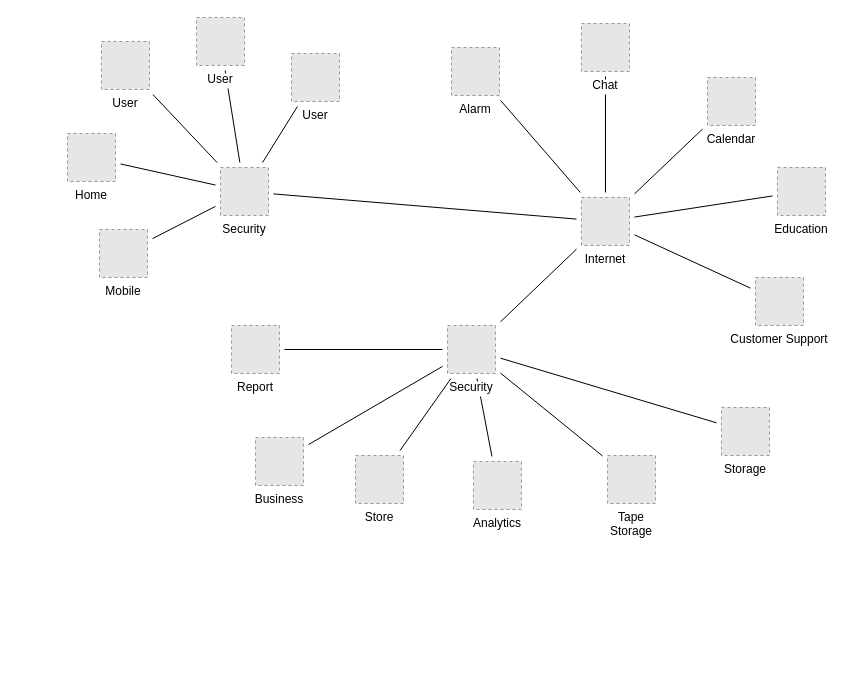
The draw.io diagram Untitled Diagram.drawio in zliden9/DevOpsStudents, before the edit. Source tidied: cells renumbered, new cells numbered last; positions are measured from the earlier drawing's top-left corner, leaving out a move shared by most shapes. Both pictures are drawn from the tidied source at 100%, with x=0, y=0 at pixel (67, 17). Pictures stored in the file or linked from it are replaced by grey dashed boxes.
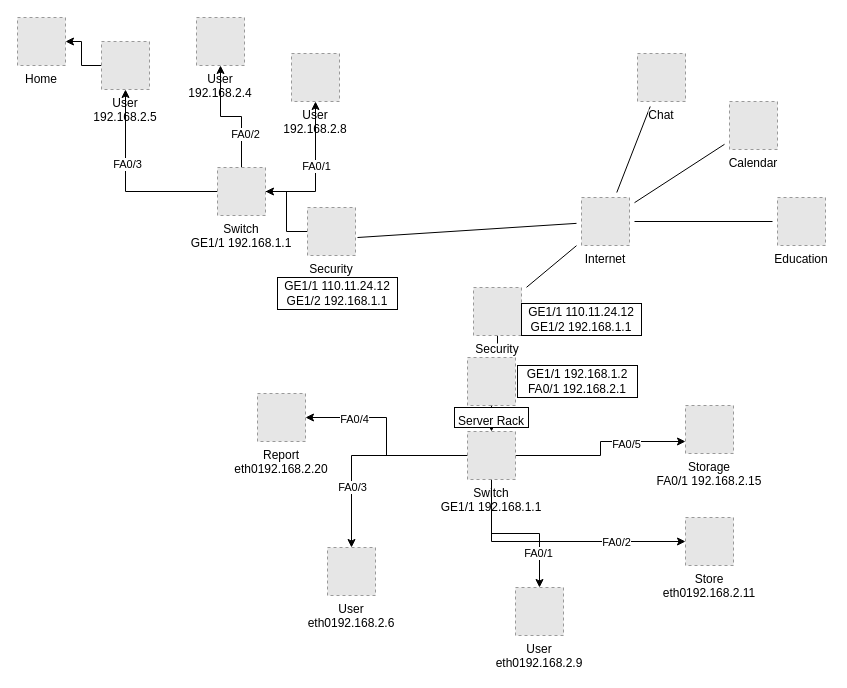
The same diagram, later.

The change refers to these unchanged cells:
```xml
<mxCell id="30" value="Internet" style="fillColor=#E6E6E6;strokeColor=#999999;dashed=1;verticalLabelPosition=bottom;verticalAlign=top;labelBackgroundColor=#ffffff;" parent="1" vertex="1">
  <mxGeometry x="514" y="180" width="48" height="48" as="geometry" />
</mxCell>
```

Diff of the diagram source:
```diff
@@
-    <mxCell id="2" style="edgeStyle=none;rounded=0;jettySize=auto;html=1;sourcePerimeterSpacing=5;endArrow=none;endFill=0;targetPerimeterSpacing=5;" parent="1" edge="1" source="21" target="31">
-      <mxGeometry relative="1" as="geometry" />
-    </mxCell>
-    <mxCell id="3" style="edgeStyle=none;rounded=0;jettySize=auto;html=1;sourcePerimeterSpacing=5;endArrow=none;endFill=0;targetPerimeterSpacing=5;" parent="1" edge="1" source="24" target="31">
-      <mxGeometry relative="1" as="geometry" />
-    </mxCell>
-    <mxCell id="4" style="edgeStyle=none;rounded=0;jettySize=auto;html=1;sourcePerimeterSpacing=5;endArrow=none;endFill=0;targetPerimeterSpacing=5;" parent="1" edge="1" source="30" target="26">
-      <mxGeometry relative="1" as="geometry" />
-    </mxCell>
@@
-    <mxCell id="8" style="edgeStyle=none;rounded=0;jettySize=auto;html=1;sourcePerimeterSpacing=5;endArrow=none;endFill=0;targetPerimeterSpacing=5;" parent="1" edge="1" source="30" target="23">
-      <mxGeometry relative="1" as="geometry" />
-    </mxCell>
@@
-    <mxCell id="10" style="edgeStyle=none;rounded=0;jettySize=auto;html=1;sourcePerimeterSpacing=5;endArrow=none;endFill=0;targetPerimeterSpacing=5;" parent="1" edge="1" source="31" target="30">
-      <mxGeometry relative="1" as="geometry" />
+    <mxCell id="10" style="edgeStyle=none;rounded=0;jettySize=auto;html=1;sourcePerimeterSpacing=5;endArrow=none;endFill=0;targetPerimeterSpacing=5;" parent="1" edge="1" target="30">
+      <mxGeometry relative="1" as="geometry">
+        <mxPoint x="290" y="220" as="sourcePoint" />
+      </mxGeometry>
     </mxCell>
-    <mxCell id="11" style="edgeStyle=none;rounded=0;jettySize=auto;html=1;sourcePerimeterSpacing=5;endArrow=none;endFill=0;targetPerimeterSpacing=5;" parent="1" edge="1" source="35" target="31">
-      <mxGeometry relative="1" as="geometry" />
-    </mxCell>
-    <mxCell id="12" style="rounded=0;jettySize=auto;html=1;endArrow=none;endFill=0;sourcePerimeterSpacing=5;targetPerimeterSpacing=5;" parent="1" edge="1" source="36" target="31">
-      <mxGeometry relative="1" as="geometry" />
-    </mxCell>
-    <mxCell id="13" style="edgeStyle=none;rounded=0;jettySize=auto;html=1;sourcePerimeterSpacing=5;endArrow=none;endFill=0;targetPerimeterSpacing=5;" parent="1" edge="1" source="37" target="31">
-      <mxGeometry relative="1" as="geometry" />
-    </mxCell>
-    <mxCell id="14" style="edgeStyle=none;rounded=0;jettySize=auto;html=1;sourcePerimeterSpacing=5;endArrow=none;endFill=0;targetPerimeterSpacing=5;" parent="1" edge="1" source="38" target="28">
-      <mxGeometry relative="1" as="geometry" />
-    </mxCell>
-    <mxCell id="15" style="edgeStyle=none;rounded=0;jettySize=auto;html=1;sourcePerimeterSpacing=5;endArrow=none;endFill=0;targetPerimeterSpacing=5;" parent="1" edge="1" source="38" target="27">
-      <mxGeometry relative="1" as="geometry" />
-    </mxCell>
-    <mxCell id="16" style="edgeStyle=none;rounded=0;jettySize=auto;html=1;sourcePerimeterSpacing=5;endArrow=none;endFill=0;targetPerimeterSpacing=5;" parent="1" edge="1" source="38" target="34">
-      <mxGeometry relative="1" as="geometry" />
-    </mxCell>
-    <mxCell id="17" style="edgeStyle=none;rounded=0;jettySize=auto;html=1;sourcePerimeterSpacing=5;endArrow=none;endFill=0;targetPerimeterSpacing=5;" parent="1" edge="1" source="38" target="33">
-      <mxGeometry relative="1" as="geometry" />
-    </mxCell>
-    <mxCell id="18" style="edgeStyle=none;rounded=0;jettySize=auto;html=1;sourcePerimeterSpacing=5;endArrow=none;endFill=0;targetPerimeterSpacing=5;" parent="1" edge="1" source="38" target="20">
-      <mxGeometry relative="1" as="geometry" />
-    </mxCell>
-    <mxCell id="19" style="edgeStyle=none;rounded=0;jettySize=auto;html=1;sourcePerimeterSpacing=5;endArrow=none;endFill=0;targetPerimeterSpacing=5;" parent="1" edge="1" source="38" target="29">
-      <mxGeometry relative="1" as="geometry" />
-    </mxCell>
-    <mxCell id="20" value="Tape&#10;Storage" style="fillColor=#E6E6E6;strokeColor=#999999;dashed=1;verticalLabelPosition=bottom;verticalAlign=top;labelBackgroundColor=#ffffff;" parent="1" vertex="1">
-      <mxGeometry x="540" y="438" width="48" height="48" as="geometry" />
-    </mxCell>
-    <mxCell id="21" value="Mobile" style="fillColor=#E6E6E6;strokeColor=#999999;dashed=1;verticalLabelPosition=bottom;verticalAlign=top;labelBackgroundColor=#ffffff;" parent="1" vertex="1">
-      <mxGeometry x="32" y="212" width="48" height="48" as="geometry" />
-    </mxCell>
     <mxCell id="22" value="Chat" style="fillColor=#E6E6E6;strokeColor=#999999;dashed=1;verticalLabelPosition=bottom;verticalAlign=top;labelBackgroundColor=#ffffff;" parent="1" vertex="1">
-      <mxGeometry x="514" y="6" width="48" height="48" as="geometry" />
+      <mxGeometry x="570" y="36" width="48" height="48" as="geometry" />
     </mxCell>
-    <mxCell id="23" value="Customer Support" style="fillColor=#E6E6E6;strokeColor=#999999;dashed=1;verticalLabelPosition=bottom;verticalAlign=top;labelBackgroundColor=#ffffff;" parent="1" vertex="1">
-      <mxGeometry x="688" y="260" width="48" height="48" as="geometry" />
-    </mxCell>
     <mxCell id="24" value="Home" style="fillColor=#E6E6E6;strokeColor=#999999;dashed=1;verticalLabelPosition=bottom;verticalAlign=top;labelBackgroundColor=#ffffff;" parent="1" vertex="1">
-      <mxGeometry y="116" width="48" height="48" as="geometry" />
+      <mxGeometry x="-50" width="48" height="48" as="geometry" />
     </mxCell>
     <mxCell id="25" value="Education" style="fillColor=#E6E6E6;strokeColor=#999999;dashed=1;verticalLabelPosition=bottom;verticalAlign=top;labelBackgroundColor=#ffffff;" parent="1" vertex="1">
-      <mxGeometry x="710" y="150" width="48" height="48" as="geometry" />
+      <mxGeometry x="710" y="180" width="48" height="48" as="geometry" />
     </mxCell>
-    <mxCell id="26" value="Alarm" style="fillColor=#E6E6E6;strokeColor=#999999;dashed=1;verticalLabelPosition=bottom;verticalAlign=top;labelBackgroundColor=#ffffff;" parent="1" vertex="1">
-      <mxGeometry x="384" y="30" width="48" height="48" as="geometry" />
-    </mxCell>
-    <mxCell id="27" value="Business" style="fillColor=#E6E6E6;strokeColor=#999999;dashed=1;verticalLabelPosition=bottom;verticalAlign=top;labelBackgroundColor=#ffffff;" parent="1" vertex="1">
-      <mxGeometry x="188" y="420" width="48" height="48" as="geometry" />
-    </mxCell>
-    <mxCell id="28" value="Report" style="fillColor=#E6E6E6;strokeColor=#999999;dashed=1;verticalLabelPosition=bottom;verticalAlign=top;labelBackgroundColor=#ffffff;" parent="1" vertex="1">
-      <mxGeometry x="164" y="308" width="48" height="48" as="geometry" />
+    <mxCell id="28" value="Report&#10;eth0192.168.2.20" style="fillColor=#E6E6E6;strokeColor=#999999;dashed=1;verticalLabelPosition=bottom;verticalAlign=top;labelBackgroundColor=#ffffff;" parent="1" vertex="1">
+      <mxGeometry x="190" y="376" width="48" height="48" as="geometry" />
     </mxCell>
-    <mxCell id="29" value="Storage" style="fillColor=#E6E6E6;strokeColor=#999999;dashed=1;verticalLabelPosition=bottom;verticalAlign=top;labelBackgroundColor=#ffffff;" parent="1" vertex="1">
-      <mxGeometry x="654" y="390" width="48" height="48" as="geometry" />
+    <mxCell id="29" value="Storage&#10;FA0/1 192.168.2.15&#10;" style="fillColor=#E6E6E6;strokeColor=#999999;dashed=1;verticalLabelPosition=bottom;verticalAlign=top;labelBackgroundColor=#ffffff;" parent="1" vertex="1">
+      <mxGeometry x="618" y="388" width="48" height="48" as="geometry" />
     </mxCell>
@@
+    <mxCell id="39" style="edgeStyle=orthogonalEdgeStyle;rounded=0;jettySize=auto;html=1;" parent="1" edge="1" source="31" target="56">
+      <mxGeometry relative="1" as="geometry" />
+    </mxCell>
     <mxCell id="31" value="Security" style="fillColor=#E6E6E6;strokeColor=#999999;dashed=1;verticalLabelPosition=bottom;verticalAlign=top;labelBackgroundColor=#ffffff;" parent="1" vertex="1">
-      <mxGeometry x="153" y="150" width="48" height="48" as="geometry" />
+      <mxGeometry x="240" y="190" width="48" height="48" as="geometry" />
     </mxCell>
     <mxCell id="32" value="Calendar" style="fillColor=#E6E6E6;strokeColor=#999999;dashed=1;verticalLabelPosition=bottom;verticalAlign=top;labelBackgroundColor=#ffffff;" parent="1" vertex="1">
-      <mxGeometry x="640" y="60" width="48" height="48" as="geometry" />
+      <mxGeometry x="662" y="84" width="48" height="48" as="geometry" />
     </mxCell>
-    <mxCell id="33" value="Analytics" style="fillColor=#E6E6E6;strokeColor=#999999;dashed=1;verticalLabelPosition=bottom;verticalAlign=top;labelBackgroundColor=#ffffff;" parent="1" vertex="1">
-      <mxGeometry x="406" y="444" width="48" height="48" as="geometry" />
-    </mxCell>
-    <mxCell id="34" value="Store" style="fillColor=#E6E6E6;strokeColor=#999999;dashed=1;verticalLabelPosition=bottom;verticalAlign=top;labelBackgroundColor=#ffffff;" parent="1" vertex="1">
-      <mxGeometry x="288" y="438" width="48" height="48" as="geometry" />
+    <mxCell id="34" value="Store&#10;eth0192.168.2.11&#10;" style="fillColor=#E6E6E6;strokeColor=#999999;dashed=1;verticalLabelPosition=bottom;verticalAlign=top;labelBackgroundColor=#ffffff;" parent="1" vertex="1">
+      <mxGeometry x="618" y="500" width="48" height="48" as="geometry" />
     </mxCell>
+    <mxCell id="40" style="edgeStyle=orthogonalEdgeStyle;rounded=0;jettySize=auto;html=1;" parent="1" edge="1" source="35" target="24">
+      <mxGeometry relative="1" as="geometry" />
+    </mxCell>
-    <mxCell id="35" value="User" style="fillColor=#E6E6E6;strokeColor=#999999;dashed=1;verticalLabelPosition=bottom;verticalAlign=top;labelBackgroundColor=#ffffff;" parent="1" vertex="1">
+    <mxCell id="35" value="User&#10;192.168.2.5" style="fillColor=#E6E6E6;strokeColor=#999999;dashed=1;verticalLabelPosition=bottom;verticalAlign=top;labelBackgroundColor=#ffffff;" parent="1" vertex="1">
       <mxGeometry x="34" y="24" width="48" height="48" as="geometry" />
     </mxCell>
-    <mxCell id="36" value="User" style="fillColor=#E6E6E6;strokeColor=#999999;dashed=1;verticalLabelPosition=bottom;verticalAlign=top;labelBackgroundColor=#ffffff;" parent="1" vertex="1">
+    <mxCell id="36" value="User&#10;192.168.2.8" style="fillColor=#E6E6E6;strokeColor=#999999;dashed=1;verticalLabelPosition=bottom;verticalAlign=top;labelBackgroundColor=#ffffff;" parent="1" vertex="1">
       <mxGeometry x="224" y="36" width="48" height="48" as="geometry" />
     </mxCell>
-    <mxCell id="37" value="User" style="fillColor=#E6E6E6;strokeColor=#999999;dashed=1;verticalLabelPosition=bottom;verticalAlign=top;labelBackgroundColor=#ffffff;" parent="1" vertex="1">
+    <mxCell id="37" value="User&#10;192.168.2.4" style="fillColor=#E6E6E6;strokeColor=#999999;dashed=1;verticalLabelPosition=bottom;verticalAlign=top;labelBackgroundColor=#ffffff;" parent="1" vertex="1">
       <mxGeometry x="129" width="48" height="48" as="geometry" />
     </mxCell>
+    <mxCell id="41" style="edgeStyle=orthogonalEdgeStyle;rounded=0;jettySize=auto;html=1;" parent="1" edge="1" source="38" target="44">
+      <mxGeometry relative="1" as="geometry" />
+    </mxCell>
     <mxCell id="38" value="Security" style="fillColor=#E6E6E6;strokeColor=#999999;dashed=1;verticalLabelPosition=bottom;verticalAlign=top;labelBackgroundColor=#ffffff;" parent="1" vertex="1">
-      <mxGeometry x="380" y="308" width="48" height="48" as="geometry" />
+      <mxGeometry x="406" y="270" width="48" height="48" as="geometry" />
     </mxCell>
+    <mxCell id="42" style="edgeStyle=orthogonalEdgeStyle;rounded=0;jettySize=auto;html=1;" parent="1" edge="1" source="44" target="45">
+      <mxGeometry relative="1" as="geometry" />
+    </mxCell>
+    <mxCell id="43" style="edgeStyle=orthogonalEdgeStyle;rounded=0;jettySize=auto;html=1;exitX=0.5;exitY=1;exitDx=0;exitDy=0;" parent="1" edge="1" source="44" target="68">
+      <mxGeometry relative="1" as="geometry" />
+    </mxCell>
+    <mxCell id="44" style="fillColor=#E6E6E6;strokeColor=#999999;dashed=1;verticalLabelPosition=bottom;verticalAlign=top;" parent="1" vertex="1">
+      <mxGeometry x="400" y="340" width="48" height="48" as="geometry" />
+    </mxCell>
+    <mxCell id="45" value="Server Rack" style="whiteSpace=wrap;html=1;verticalAlign=top;" parent="1" vertex="1">
+      <mxGeometry x="387" y="390" width="74" height="20" as="geometry" />
+    </mxCell>
+    <mxCell id="46" value="GE1/1 110.11.24.12&lt;br&gt;GE1/2 192.168.1.1" style="rounded=0;whiteSpace=wrap;html=1;" parent="1" vertex="1">
+      <mxGeometry x="454" y="286" width="120" height="32" as="geometry" />
+    </mxCell>
+    <mxCell id="47" value="User&#10;eth0192.168.2.6" style="fillColor=#E6E6E6;strokeColor=#999999;dashed=1;verticalLabelPosition=bottom;verticalAlign=top;labelBackgroundColor=#ffffff;" parent="1" vertex="1">
+      <mxGeometry x="260" y="530" width="48" height="48" as="geometry" />
+    </mxCell>
+    <mxCell id="48" value="User&#10;eth0192.168.2.9&#10;" style="fillColor=#E6E6E6;strokeColor=#999999;dashed=1;verticalLabelPosition=bottom;verticalAlign=top;labelBackgroundColor=#ffffff;" parent="1" vertex="1">
+      <mxGeometry x="448" y="570" width="48" height="48" as="geometry" />
+    </mxCell>
+    <mxCell id="49" value="GE1/1 192.168.1.2&lt;br&gt;FA0/1 192.168.2.1" style="rounded=0;whiteSpace=wrap;html=1;" parent="1" vertex="1">
+      <mxGeometry x="450" y="348" width="120" height="32" as="geometry" />
+    </mxCell>
+    <mxCell id="50" style="edgeStyle=orthogonalEdgeStyle;rounded=0;jettySize=auto;html=1;entryX=0.5;entryY=1;entryDx=0;entryDy=0;" parent="1" edge="1" source="56" target="36">
+      <mxGeometry relative="1" as="geometry" />
+    </mxCell>
+    <mxCell id="51" value="FA0/1" style="edgeLabel;html=1;align=center;verticalAlign=middle;" parent="50" vertex="1">
+      <mxGeometry x="0.09" relative="1" as="geometry" />
+    </mxCell>
+    <mxCell id="52" style="edgeStyle=orthogonalEdgeStyle;rounded=0;jettySize=auto;html=1;entryX=0.5;entryY=1;entryDx=0;entryDy=0;" parent="1" edge="1" source="56" target="37">
+      <mxGeometry relative="1" as="geometry" />
+    </mxCell>
+    <mxCell id="53" value="FA0/2" style="edgeLabel;html=1;align=center;verticalAlign=middle;" parent="52" vertex="1">
+      <mxGeometry x="-0.44" y="-3" relative="1" as="geometry" />
+    </mxCell>
+    <mxCell id="54" style="edgeStyle=orthogonalEdgeStyle;rounded=0;jettySize=auto;html=1;" parent="1" edge="1" source="56" target="35">
+      <mxGeometry relative="1" as="geometry" />
+    </mxCell>
+    <mxCell id="55" value="FA0/3" style="edgeLabel;html=1;align=center;verticalAlign=middle;" parent="54" vertex="1">
+      <mxGeometry x="0.24" y="-1" relative="1" as="geometry" />
+    </mxCell>
+    <mxCell id="56" value="Switch&#10;GE1/1 192.168.1.1" style="fillColor=#E6E6E6;strokeColor=#999999;dashed=1;verticalLabelPosition=bottom;verticalAlign=top;" parent="1" vertex="1">
+      <mxGeometry x="150" y="150" width="48" height="48" as="geometry" />
+    </mxCell>
+    <mxCell id="57" value="GE1/1 110.11.24.12&lt;br&gt;GE1/2 192.168.1.1" style="rounded=0;whiteSpace=wrap;html=1;" parent="1" vertex="1">
+      <mxGeometry x="210" y="260" width="120" height="32" as="geometry" />
+    </mxCell>
+    <mxCell id="58" style="edgeStyle=orthogonalEdgeStyle;rounded=0;jettySize=auto;html=1;" parent="1" edge="1" source="68" target="28">
+      <mxGeometry relative="1" as="geometry" />
+    </mxCell>
+    <mxCell id="59" value="FA0/4" style="edgeLabel;html=1;align=center;verticalAlign=middle;" parent="58" vertex="1">
+      <mxGeometry x="0.52" y="1" relative="1" as="geometry" />
+    </mxCell>
+    <mxCell id="60" style="edgeStyle=orthogonalEdgeStyle;rounded=0;jettySize=auto;html=1;" parent="1" edge="1" source="68" target="47">
+      <mxGeometry relative="1" as="geometry" />
+    </mxCell>
+    <mxCell id="61" value="FA0/3" style="edgeLabel;html=1;align=center;verticalAlign=middle;" parent="60" vertex="1">
+      <mxGeometry x="0.41" relative="1" as="geometry" />
+    </mxCell>
+    <mxCell id="62" style="edgeStyle=orthogonalEdgeStyle;rounded=0;jettySize=auto;html=1;" parent="1" edge="1" source="68" target="48">
+      <mxGeometry relative="1" as="geometry" />
+    </mxCell>
+    <mxCell id="63" value="FA0/1" style="edgeLabel;html=1;align=center;verticalAlign=middle;" parent="62" vertex="1">
+      <mxGeometry x="0.55" y="-2" relative="1" as="geometry" />
+    </mxCell>
+    <mxCell id="64" style="edgeStyle=orthogonalEdgeStyle;rounded=0;jettySize=auto;html=1;exitX=1;exitY=0.5;exitDx=0;exitDy=0;entryX=0;entryY=0.75;entryDx=0;entryDy=0;" parent="1" edge="1" source="68" target="29">
+      <mxGeometry relative="1" as="geometry" />
+    </mxCell>
+    <mxCell id="65" value="FA0/5" style="edgeLabel;html=1;align=center;verticalAlign=middle;" parent="64" vertex="1">
+      <mxGeometry x="0.35" y="-2" relative="1" as="geometry" />
+    </mxCell>
+    <mxCell id="66" style="edgeStyle=orthogonalEdgeStyle;rounded=0;jettySize=auto;html=1;exitX=0.5;exitY=1;exitDx=0;exitDy=0;entryX=0;entryY=0.5;entryDx=0;entryDy=0;" parent="1" edge="1" source="68" target="34">
+      <mxGeometry relative="1" as="geometry" />
+    </mxCell>
+    <mxCell id="67" value="FA0/2" style="edgeLabel;html=1;align=center;verticalAlign=middle;" parent="66" vertex="1">
+      <mxGeometry x="0.45" relative="1" as="geometry" />
+    </mxCell>
+    <mxCell id="68" value="Switch&#10;GE1/1 192.168.1.1" style="fillColor=#E6E6E6;strokeColor=#999999;dashed=1;verticalLabelPosition=bottom;verticalAlign=top;" parent="1" vertex="1">
+      <mxGeometry x="400" y="414" width="48" height="48" as="geometry" />
+    </mxCell>
```
